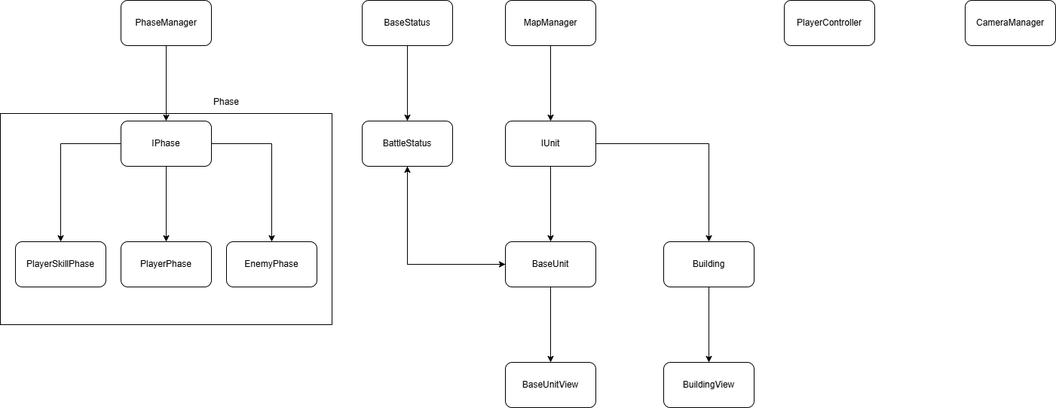
Above: Assets/Scripts/クラス図.drawio.png in RoperaSn88/Echo-Edge (draw.io), before the change. Source tidied: cells renumbered, new cells last; positions are measured from the earlier drawing's top-left corner, leaving out a move shared by most shapes.
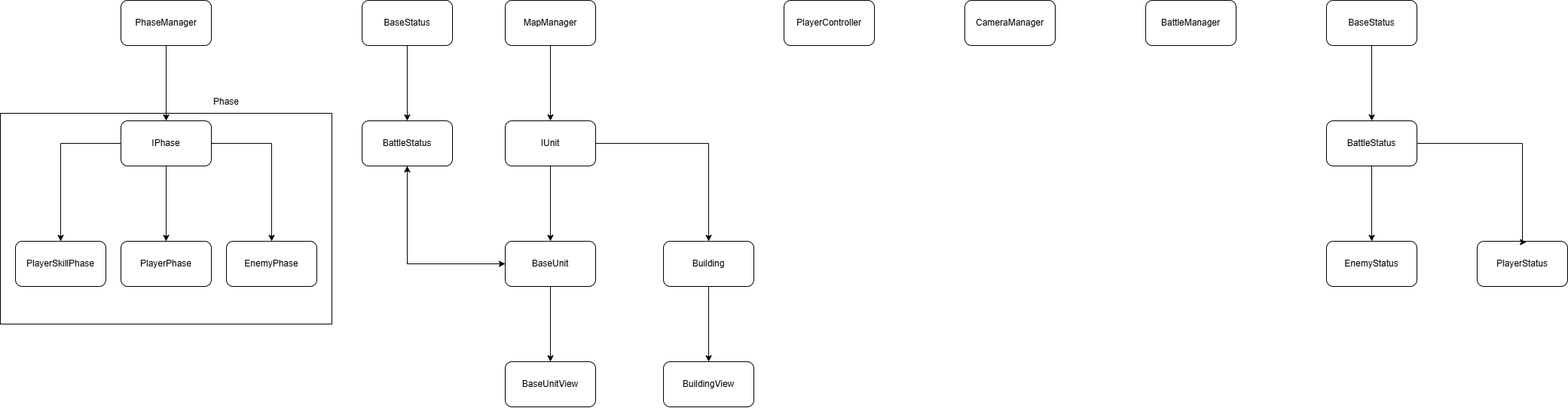
Above is the later version.

The edit, as a diff of the source:
```diff
@@ -93,5 +93,34 @@
     <mxCell id="30" value="CameraManager" style="rounded=1;whiteSpace=wrap;html=1;" parent="1" vertex="1">
       <mxGeometry x="1280" width="120" height="60" as="geometry" />
     </mxCell>
+    <mxCell id="31" value="BattleManager" style="rounded=1;whiteSpace=wrap;html=1;" parent="1" vertex="1">
+      <mxGeometry x="1520" width="120" height="60" as="geometry" />
+    </mxCell>
+    <mxCell id="32" style="edgeStyle=orthogonalEdgeStyle;rounded=0;jettySize=auto;html=1;entryX=0.5;entryY=0;entryDx=0;entryDy=0;" parent="1" edge="1" source="33" target="35">
+      <mxGeometry relative="1" as="geometry" />
+    </mxCell>
+    <mxCell id="33" value="BaseStatus" style="rounded=1;whiteSpace=wrap;html=1;" parent="1" vertex="1">
+      <mxGeometry x="1760" width="120" height="60" as="geometry" />
+    </mxCell>
+    <mxCell id="34" style="edgeStyle=orthogonalEdgeStyle;rounded=0;jettySize=auto;html=1;entryX=0.5;entryY=0;entryDx=0;entryDy=0;" parent="1" edge="1" source="35" target="36">
+      <mxGeometry relative="1" as="geometry" />
+    </mxCell>
+    <mxCell id="35" value="BattleStatus" style="rounded=1;whiteSpace=wrap;html=1;" parent="1" vertex="1">
+      <mxGeometry x="1760" y="160" width="120" height="60" as="geometry" />
+    </mxCell>
+    <mxCell id="36" value="EnemyStatus" style="rounded=1;whiteSpace=wrap;html=1;" parent="1" vertex="1">
+      <mxGeometry x="1760" y="320" width="120" height="60" as="geometry" />
+    </mxCell>
+    <mxCell id="37" value="PlayerStatus" style="rounded=1;whiteSpace=wrap;html=1;" parent="1" vertex="1">
+      <mxGeometry x="1960" y="320" width="120" height="60" as="geometry" />
+    </mxCell>
+    <mxCell id="38" style="edgeStyle=orthogonalEdgeStyle;rounded=0;jettySize=auto;html=1;entryX=0.543;entryY=0.018;entryDx=0;entryDy=0;entryPerimeter=0;" parent="1" edge="1" source="35" target="37">
+      <mxGeometry relative="1" as="geometry">
+        <Array as="points">
+          <mxPoint x="2020" y="190" />
+          <mxPoint x="2020" y="321" />
+        </Array>
+      </mxGeometry>
+    </mxCell>
   </root>
 </mxGraphModel>
```
